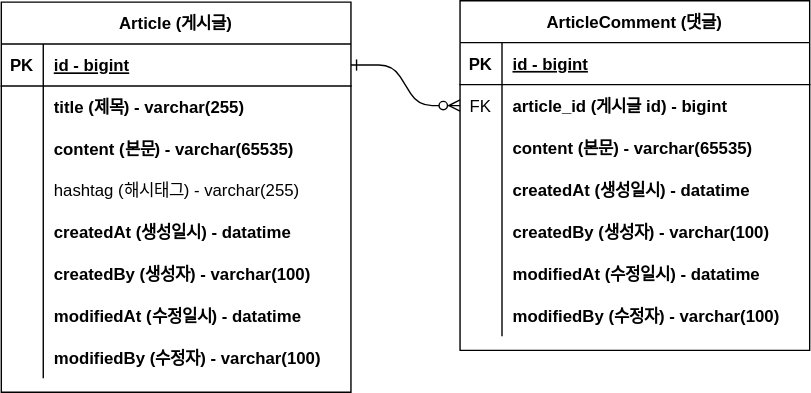
Earlier version of the draw.io export document/project-article-erd.drawio.svg (JJuuuunn/Fastcampus_Article). Source tidied: cells renumbered, new cells last; positions are measured from the earlier drawing's top-left corner, leaving out a move shared by most shapes.
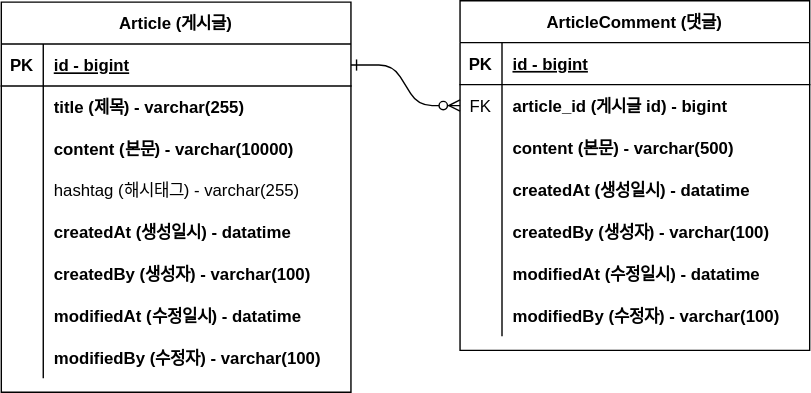
The same diagram one commit later.

Commit message:
#10 - erd 업데이트: content 사이즈 변경

Change to the diagram source:
```diff
@@ -32,7 +32,7 @@
     <mxCell id="11" style="shape=partialRectangle;overflow=hidden;fillColor=none;top=0;left=0;bottom=0;right=0;" parent="10" vertex="1">
       <mxGeometry width="30" height="30" as="geometry" />
     </mxCell>
-    <mxCell id="12" value="content (본문) - varchar(65535)" style="shape=partialRectangle;overflow=hidden;fillColor=none;top=0;left=0;bottom=0;right=0;align=left;spacingLeft=6;fontStyle=1;" parent="10" vertex="1">
+    <mxCell id="12" value="content (본문) - varchar(500)" style="shape=partialRectangle;overflow=hidden;fillColor=none;top=0;left=0;bottom=0;right=0;align=left;spacingLeft=6;fontStyle=1;" parent="10" vertex="1">
       <mxGeometry x="30" width="220" height="30" as="geometry" />
     </mxCell>
     <mxCell id="13" style="shape=partialRectangle;fillColor=none;top=0;left=0;right=0;bottom=0;" parent="3" vertex="1">
@@ -98,7 +98,7 @@
     <mxCell id="33" style="shape=partialRectangle;overflow=hidden;fillColor=none;top=0;left=0;bottom=0;right=0;" parent="32" vertex="1">
       <mxGeometry width="30" height="30" as="geometry" />
     </mxCell>
-    <mxCell id="34" value="content (본문) - varchar(65535)" style="shape=partialRectangle;overflow=hidden;fillColor=none;top=0;left=0;bottom=0;right=0;align=left;spacingLeft=6;fontStyle=1;" parent="32" vertex="1">
+    <mxCell id="34" value="content (본문) - varchar(10000)" style="shape=partialRectangle;overflow=hidden;fillColor=none;top=0;left=0;bottom=0;right=0;align=left;spacingLeft=6;fontStyle=1;" parent="32" vertex="1">
       <mxGeometry x="30" width="220" height="30" as="geometry" />
     </mxCell>
     <mxCell id="35" style="shape=partialRectangle;fillColor=none;top=0;left=0;right=0;bottom=0;" parent="25" vertex="1">
```
